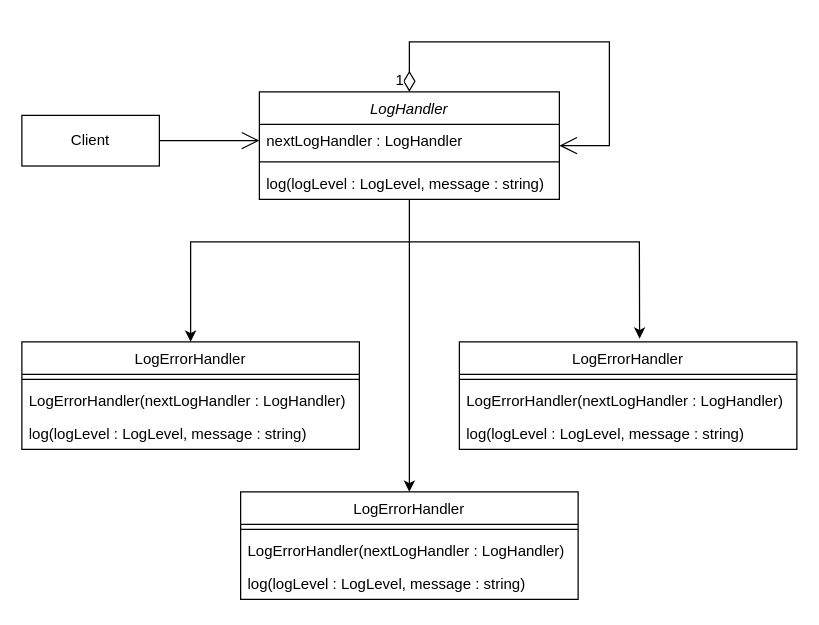
Earlier version of the draw.io diagram umls/Chain Of Responsibility.drawio (rishabmamgai/LLD). Source tidied: cells renumbered, new cells numbered last; positions are measured from the earlier drawing's top-left corner, leaving out a move shared by most shapes. Both pictures are drawn from the tidied source at 125%, with x=0, y=0 at pixel (21, 41).
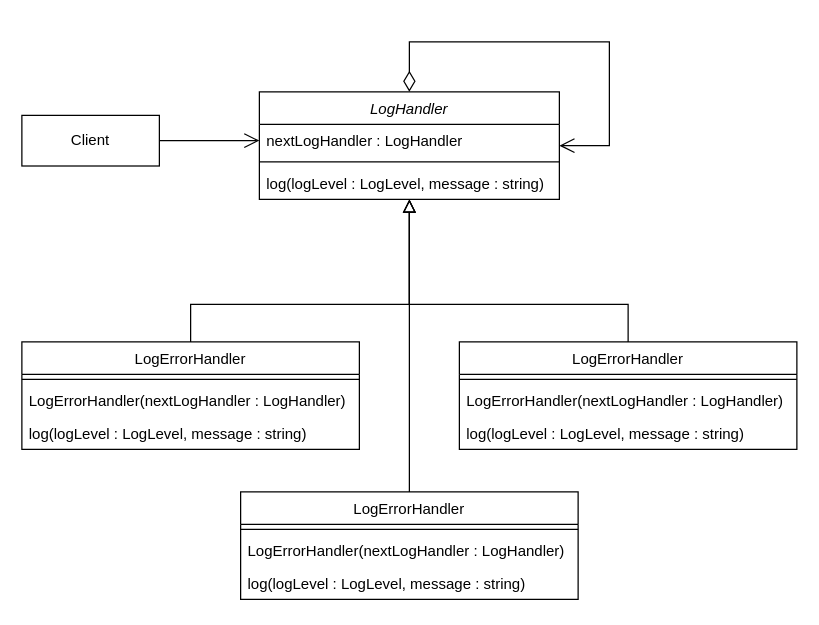
Above is the later version.

Unchanged cells that the change refers to:
```xml
<mxCell id="2" value="LogHandler" style="swimlane;fontStyle=2;align=center;verticalAlign=top;horizontal=1;startSize=26;rounded=0;shadow=0;strokeWidth=1;" parent="1" vertex="1">
  <mxGeometry x="190" y="40" width="240" height="86" as="geometry" />
</mxCell>
<mxCell id="3" value="nextLogHandler : LogHandler" style="text;align=left;verticalAlign=top;spacingLeft=4;spacingRight=4;overflow=hidden;points=[[0,0.5],[1,0.5]];portConstraint=eastwest;" parent="2" vertex="1">
  <mxGeometry y="26" width="240" height="26" as="geometry" />
</mxCell>
<mxCell id="6" value="LogErrorHandler" style="swimlane;fontStyle=0;align=center;verticalAlign=top;horizontal=1;startSize=26;rounded=0;shadow=0;strokeWidth=1;" parent="1" vertex="1">
  <mxGeometry y="240" width="270" height="86" as="geometry" />
</mxCell>
<mxCell id="10" value="LogErrorHandler" style="swimlane;fontStyle=0;align=center;verticalAlign=top;horizontal=1;startSize=26;rounded=0;shadow=0;strokeWidth=1;" parent="1" vertex="1">
  <mxGeometry x="175" y="360" width="270" height="86" as="geometry" />
</mxCell>
<mxCell id="14" value="LogErrorHandler" style="swimlane;fontStyle=0;align=center;verticalAlign=top;horizontal=1;startSize=26;rounded=0;shadow=0;strokeWidth=1;" parent="1" vertex="1">
  <mxGeometry x="350" y="240" width="270" height="86" as="geometry" />
</mxCell>
<mxCell id="22" value="Client" style="rounded=0;whiteSpace=wrap;html=1;" parent="1" vertex="1">
  <mxGeometry y="58.8" width="110" height="40.5" as="geometry" />
</mxCell>
```

Diff of the diagram source:
```diff
@@
-    <mxCell id="18" style="endArrow=classic;html=1;rounded=0;entryX=0.534;entryY=-0.03;entryDx=0;entryDy=0;entryPerimeter=0;exitX=0.5;exitY=1;exitDx=0;exitDy=0;" parent="1" edge="1" source="2" target="14">
-      <mxGeometry relative="1" as="geometry">
-        <Array as="points">
-          <mxPoint x="310" y="160" />
-          <mxPoint x="400" y="160" />
-          <mxPoint x="494" y="160" />
-        </Array>
-      </mxGeometry>
-    </mxCell>
-    <mxCell id="19" style="endArrow=classic;html=1;rounded=0;entryX=0.5;entryY=0;entryDx=0;entryDy=0;" parent="1" edge="1" target="6">
-      <mxGeometry relative="1" as="geometry">
-        <mxPoint x="310" y="160" as="sourcePoint" />
-        <Array as="points">
-          <mxPoint x="135" y="160" />
-        </Array>
-      </mxGeometry>
-    </mxCell>
-    <mxCell id="20" style="endArrow=classic;html=1;rounded=0;entryX=0.5;entryY=0;entryDx=0;entryDy=0;" parent="1" edge="1" target="10">
-      <mxGeometry relative="1" as="geometry">
-        <mxPoint x="310" y="160" as="sourcePoint" />
-      </mxGeometry>
-    </mxCell>
-    <mxCell id="21" value="1" style="endArrow=open;html=1;endSize=12;startArrow=diamondThin;startSize=14;startFill=0;edgeStyle=orthogonalEdgeStyle;align=right;verticalAlign=bottom;rounded=0;exitX=0.5;exitY=0;exitDx=0;exitDy=0;entryX=1;entryY=0.5;entryDx=0;entryDy=0;labelPosition=left;verticalLabelPosition=top;fontSize=12;" parent="1" edge="1" source="2" target="2">
+    <mxCell id="21" style="endArrow=open;html=1;endSize=10;startArrow=diamondThin;startSize=14;startFill=0;edgeStyle=orthogonalEdgeStyle;align=right;verticalAlign=bottom;rounded=0;exitX=0.5;exitY=0;exitDx=0;exitDy=0;entryX=1;entryY=0.5;entryDx=0;entryDy=0;labelPosition=left;verticalLabelPosition=top;fontSize=12;" parent="1" edge="1" source="2" target="2">
       <mxGeometry x="-1" y="3" relative="1" as="geometry">
         <Array as="points">
           <mxPoint x="310" />
           <mxPoint x="470" />
           <mxPoint x="470" y="83" />
         </Array>
       </mxGeometry>
     </mxCell>
@@
-    <mxCell id="23" style="endArrow=open;html=1;rounded=0;entryX=0;entryY=0.5;entryDx=0;entryDy=0;exitX=1;exitY=0.5;exitDx=0;exitDy=0;endFill=0;endSize=12;" parent="1" edge="1" source="22" target="3">
+    <mxCell id="23" style="endArrow=open;html=1;rounded=0;entryX=0;entryY=0.5;entryDx=0;entryDy=0;exitX=1;exitY=0.5;exitDx=0;exitDy=0;endFill=0;endSize=10;" parent="1" edge="1" source="22" target="3">
       <mxGeometry relative="1" as="geometry" />
     </mxCell>
+    <mxCell id="24" style="endArrow=block;html=1;rounded=0;exitX=0.5;exitY=0;exitDx=0;exitDy=0;endFill=0;endSize=8;entryX=0.5;entryY=1;entryDx=0;entryDy=0;" parent="1" edge="1" source="14" target="2">
+      <mxGeometry relative="1" as="geometry">
+        <Array as="points">
+          <mxPoint x="485" y="210" />
+          <mxPoint x="310" y="210" />
+        </Array>
+      </mxGeometry>
+    </mxCell>
+    <mxCell id="25" style="endArrow=block;html=1;rounded=0;exitX=0.5;exitY=0;exitDx=0;exitDy=0;endFill=0;endSize=8;entryX=0.5;entryY=1;entryDx=0;entryDy=0;" parent="1" edge="1" source="6" target="2">
+      <mxGeometry relative="1" as="geometry">
+        <Array as="points">
+          <mxPoint x="135" y="210" />
+          <mxPoint x="310" y="210" />
+        </Array>
+      </mxGeometry>
+    </mxCell>
+    <mxCell id="26" style="endArrow=block;html=1;rounded=0;exitX=0.5;exitY=0;exitDx=0;exitDy=0;endFill=0;endSize=8;entryX=0.5;entryY=1;entryDx=0;entryDy=0;" parent="1" edge="1" source="10" target="2">
+      <mxGeometry relative="1" as="geometry" />
+    </mxCell>
```
